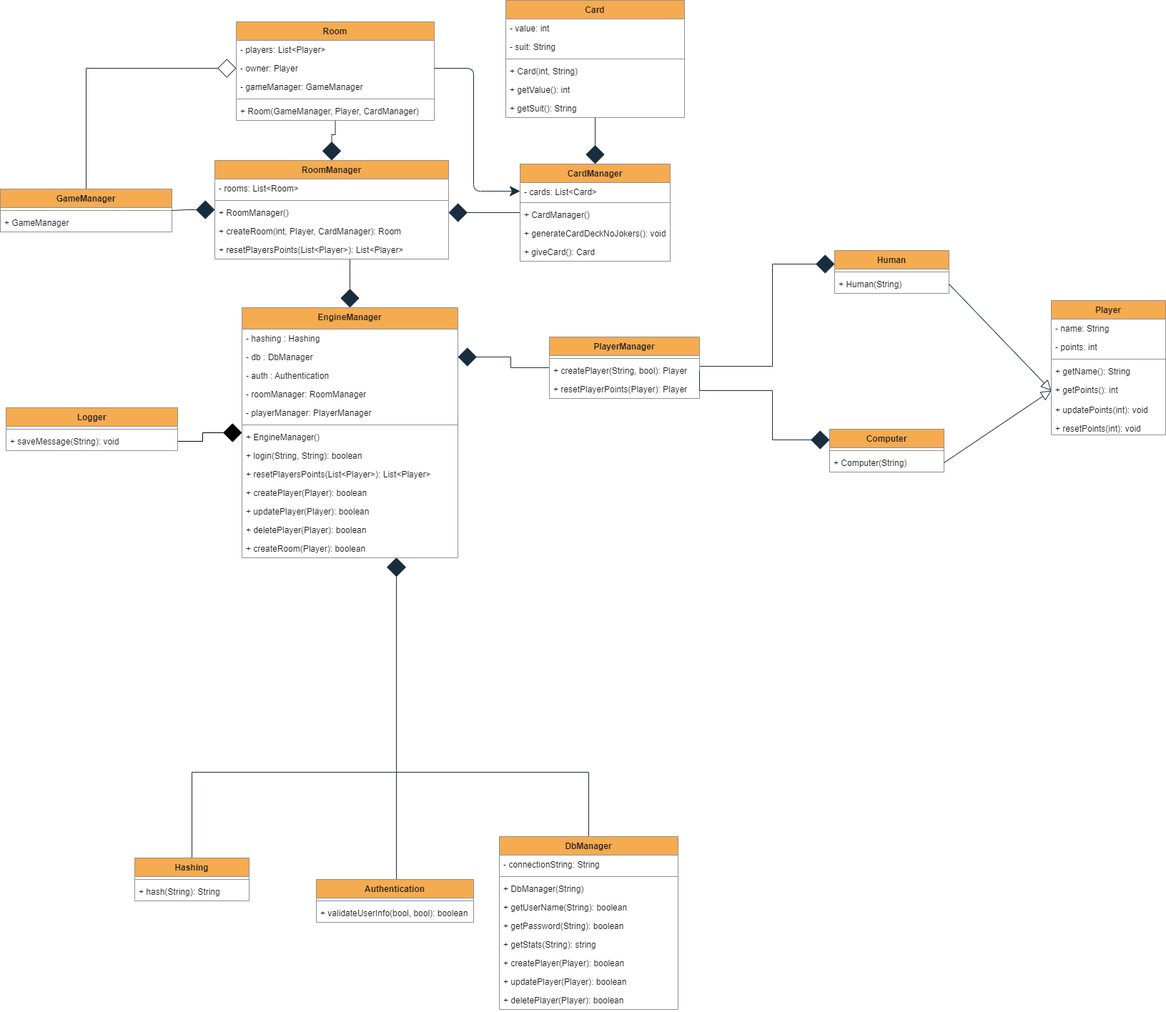
Above: Diagrammer/Klasse Diagram.drawio.png in Olivervesth/KortKlubben (draw.io), before the change. Source tidied: cells renumbered, new cells last; positions are measured from the earlier drawing's top-left corner, leaving out a move shared by most shapes.
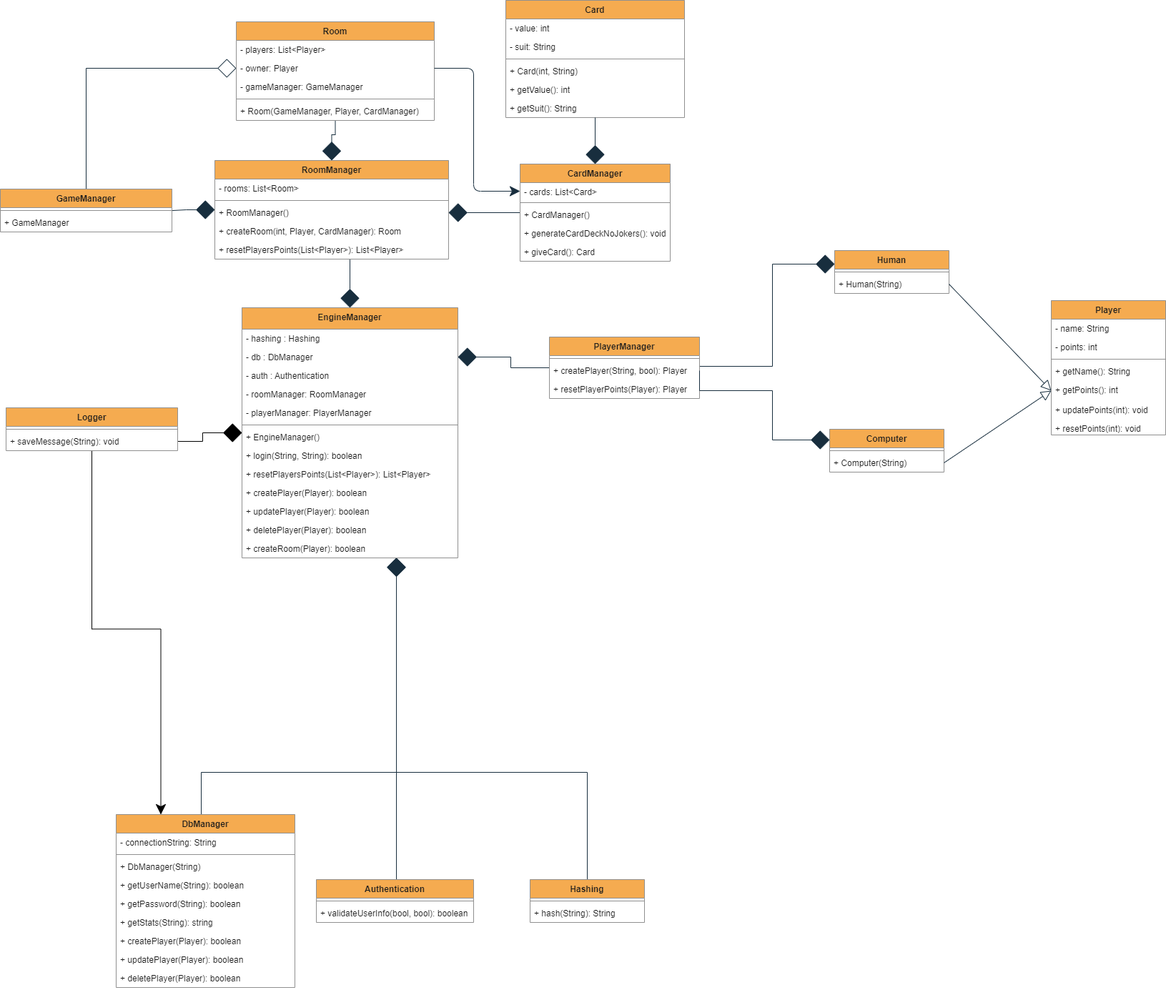
Above is the later version.

What changed in the source:
```diff
@@ -105,7 +105,7 @@
       <mxGeometry relative="1" as="geometry">
         <Array as="points">
           <mxPoint x="554" y="1080" />
-          <mxPoint x="268" y="1080" />
+          <mxPoint x="821" y="1080" />
         </Array>
       </mxGeometry>
     </mxCell>
@@ -113,7 +113,7 @@
       <mxGeometry relative="1" as="geometry">
         <Array as="points">
           <mxPoint x="554" y="1080" />
-          <mxPoint x="823" y="1080" />
+          <mxPoint x="281" y="1080" />
         </Array>
       </mxGeometry>
     </mxCell>
@@ -197,7 +197,7 @@
       <mxGeometry y="34" width="160" height="26" as="geometry" />
     </mxCell>
     <mxCell id="58" value="DbManager" style="swimlane;fontStyle=1;align=center;verticalAlign=top;horizontal=1;startSize=26;fillColor=#F5AB50;strokeColor=#909090;fontColor=#1A1A1A;rounded=0;swimlaneFillColor=default;" parent="1" vertex="1">
-      <mxGeometry x="698" y="1170" width="250" height="242" as="geometry" />
+      <mxGeometry x="162" y="1139" width="250" height="242" as="geometry" />
     </mxCell>
     <mxCell id="59" value="- connectionString: String" style="text;strokeColor=none;fillColor=none;align=left;verticalAlign=top;spacingLeft=4;spacingRight=4;overflow=hidden;fontColor=#1A1A1A;rounded=0;" parent="58" vertex="1">
       <mxGeometry y="26" width="250" height="26" as="geometry" />
@@ -236,7 +236,7 @@
       <mxGeometry y="34" width="220" height="26" as="geometry" />
     </mxCell>
     <mxCell id="71" value="Hashing" style="swimlane;fontStyle=1;align=center;verticalAlign=top;horizontal=1;startSize=26;fillColor=#F5AB50;strokeColor=#909090;fontColor=#1A1A1A;rounded=0;swimlaneFillColor=default;" parent="1" vertex="1">
-      <mxGeometry x="188" y="1200" width="160" height="60" as="geometry" />
+      <mxGeometry x="741" y="1230" width="160" height="60" as="geometry" />
     </mxCell>
     <mxCell id="72" style="line;strokeWidth=1;fillColor=none;align=left;verticalAlign=middle;spacingTop=-1;spacingLeft=3;spacingRight=3;labelPosition=right;labelBackgroundColor=#EEEEEE;strokeColor=#909090;fontColor=#1A1A1A;rounded=0;" parent="71" vertex="1">
       <mxGeometry y="26" width="160" height="8" as="geometry" />
@@ -309,6 +309,9 @@
     <mxCell id="93" style="edgeStyle=orthogonalEdgeStyle;jettySize=auto;html=1;exitX=1;exitY=0.5;exitDx=0;exitDy=0;entryX=0;entryY=0.5;entryDx=0;entryDy=0;fontColor=#1A1A1A;strokeColor=#182E3E;startSize=12;endSize=12;" parent="1" edge="1" source="5" target="18">
       <mxGeometry relative="1" as="geometry" />
     </mxCell>
+    <mxCell id="97" style="edgeStyle=orthogonalEdgeStyle;rounded=0;jettySize=auto;html=1;entryX=0.25;entryY=0;entryDx=0;entryDy=0;startArrow=none;startFill=0;endArrow=classic;endFill=1;startSize=12;endSize=12;" parent="1" edge="1" source="94" target="58">
+      <mxGeometry relative="1" as="geometry" />
+    </mxCell>
     <mxCell id="94" value="Logger" style="swimlane;fontStyle=1;align=center;verticalAlign=top;horizontal=1;startSize=26;fillColor=#F5AB50;strokeColor=#909090;fontColor=#1A1A1A;rounded=0;swimlaneFillColor=default;" parent="1" vertex="1">
       <mxGeometry x="8" y="570" width="240" height="60" as="geometry" />
     </mxCell>
```
